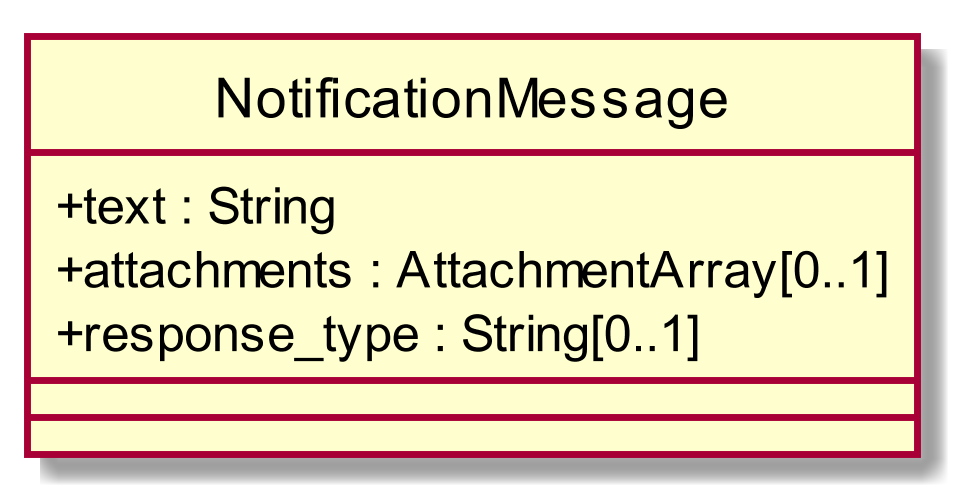
The PlantUML diagram RQ/Esterni/DefinizioneDiProdotto/images/ClassNotificationMessage.png in CoCodeSWE/Docs, before a commit. Source of this version:
```plantuml
@startuml
scale 1000*1000
skinparam classAttributeIconSize 0
class NotificationMessage{
+ text : String
+ attachments : AttachmentArray[0..1]
+ response_type : String[0..1]
__
__

}
hide circle
@enduml
```
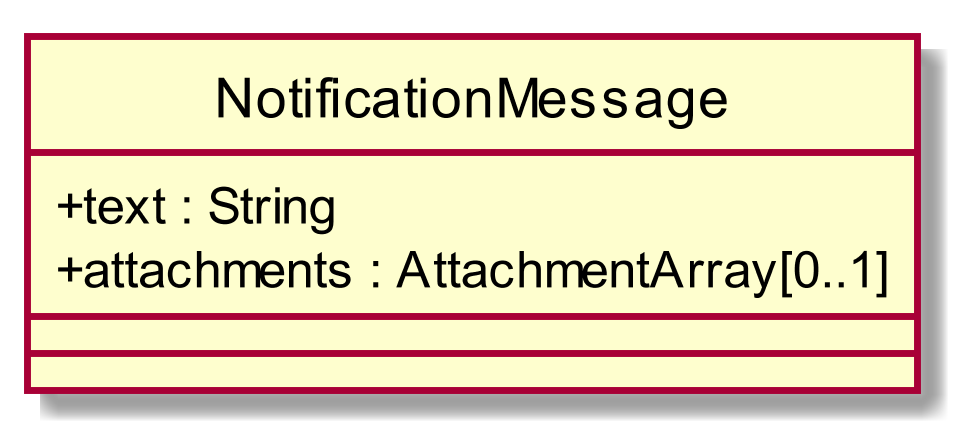
The same file after the commit.

The edit, as a diff of the source:
```diff
@@ -4,7 +4,6 @@
 class NotificationMessage{
 + text : String
 + attachments : AttachmentArray[0..1]
-+ response_type : String[0..1]
 __
 __
 
```
